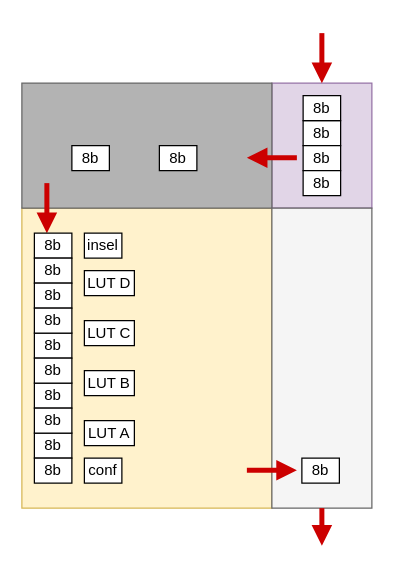
Earlier version of the draw.io diagram architecture/bitstream-order.drawio (mnemocron/my-discrete-fpga). Source tidied: cells renumbered, new cells numbered last; positions are measured from the earlier drawing's top-left corner, leaving out a move shared by most shapes. Both pictures are drawn from the tidied source at 125%, with x=0, y=0 at pixel (21, 32).
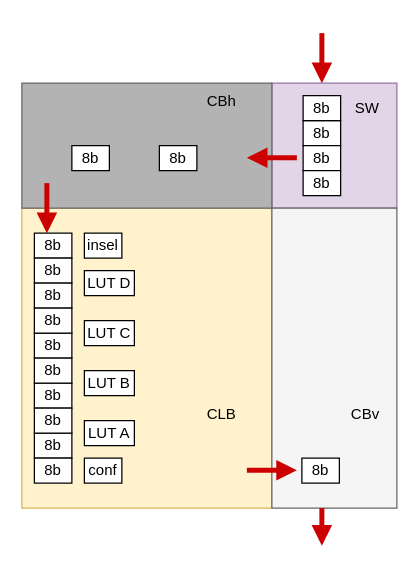
The same page after the edit.

What changed in the source:
```diff
@@
     <mxCell id="3" style="rounded=0;whiteSpace=wrap;html=1;fillColor=#e1d5e7;strokeColor=#9673a6;" parent="1" vertex="1">
-      <mxGeometry x="200" y="40" width="80" height="100" as="geometry" />
+      <mxGeometry x="200" y="40" width="100" height="100" as="geometry" />
     </mxCell>
@@
     <mxCell id="5" style="rounded=0;whiteSpace=wrap;html=1;fillColor=#f5f5f5;strokeColor=#666666;fontColor=#333333;" parent="1" vertex="1">
-      <mxGeometry x="200" y="140" width="80" height="240" as="geometry" />
+      <mxGeometry x="200" y="140" width="100" height="240" as="geometry" />
     </mxCell>
-    <mxCell id="6" style="endArrow=block;html=1;rounded=0;strokeColor=#CC0000;strokeWidth=4;endFill=1;" parent="1" edge="1" target="3">
+    <mxCell id="6" style="endArrow=block;html=1;rounded=0;strokeColor=#CC0000;strokeWidth=4;endFill=1;entryX=0.4;entryY=0;entryDx=0;entryDy=0;entryPerimeter=0;" parent="1" edge="1" target="3">
       <mxGeometry relative="1" as="geometry">
         <mxPoint x="240" as="sourcePoint" />
       </mxGeometry>
     </mxCell>
@@
-    <mxCell id="8" style="endArrow=block;html=1;rounded=0;strokeColor=#CC0000;strokeWidth=4;endFill=1;exitX=0.5;exitY=1;exitDx=0;exitDy=0;" parent="1" edge="1" source="5">
+    <mxCell id="8" style="endArrow=block;html=1;rounded=0;strokeColor=#CC0000;strokeWidth=4;endFill=1;exitX=0.4;exitY=1;exitDx=0;exitDy=0;exitPerimeter=0;" parent="1" edge="1" source="5">
       <mxGeometry relative="1" as="geometry">
         <mxPoint x="240" y="410" as="targetPoint" />
       </mxGeometry>
     </mxCell>
@@
+    <mxCell id="34" value="CBv" style="text;html=1;strokeColor=none;fillColor=none;align=center;verticalAlign=middle;whiteSpace=wrap;rounded=0;" parent="1" vertex="1">
+      <mxGeometry x="250" y="290" width="50" height="30" as="geometry" />
+    </mxCell>
+    <mxCell id="35" value="CLB" style="text;html=1;strokeColor=none;fillColor=none;align=center;verticalAlign=middle;whiteSpace=wrap;rounded=0;" parent="1" vertex="1">
+      <mxGeometry x="130" y="290" width="60" height="30" as="geometry" />
+    </mxCell>
+    <mxCell id="36" value="CBh" style="text;html=1;strokeColor=none;fillColor=none;align=center;verticalAlign=middle;whiteSpace=wrap;rounded=0;" parent="1" vertex="1">
+      <mxGeometry x="130" y="40" width="60" height="30" as="geometry" />
+    </mxCell>
+    <mxCell id="37" value="SW" style="text;html=1;strokeColor=none;fillColor=none;align=center;verticalAlign=middle;whiteSpace=wrap;rounded=0;" parent="1" vertex="1">
+      <mxGeometry x="254" y="45" width="45" height="30" as="geometry" />
+    </mxCell>
```
